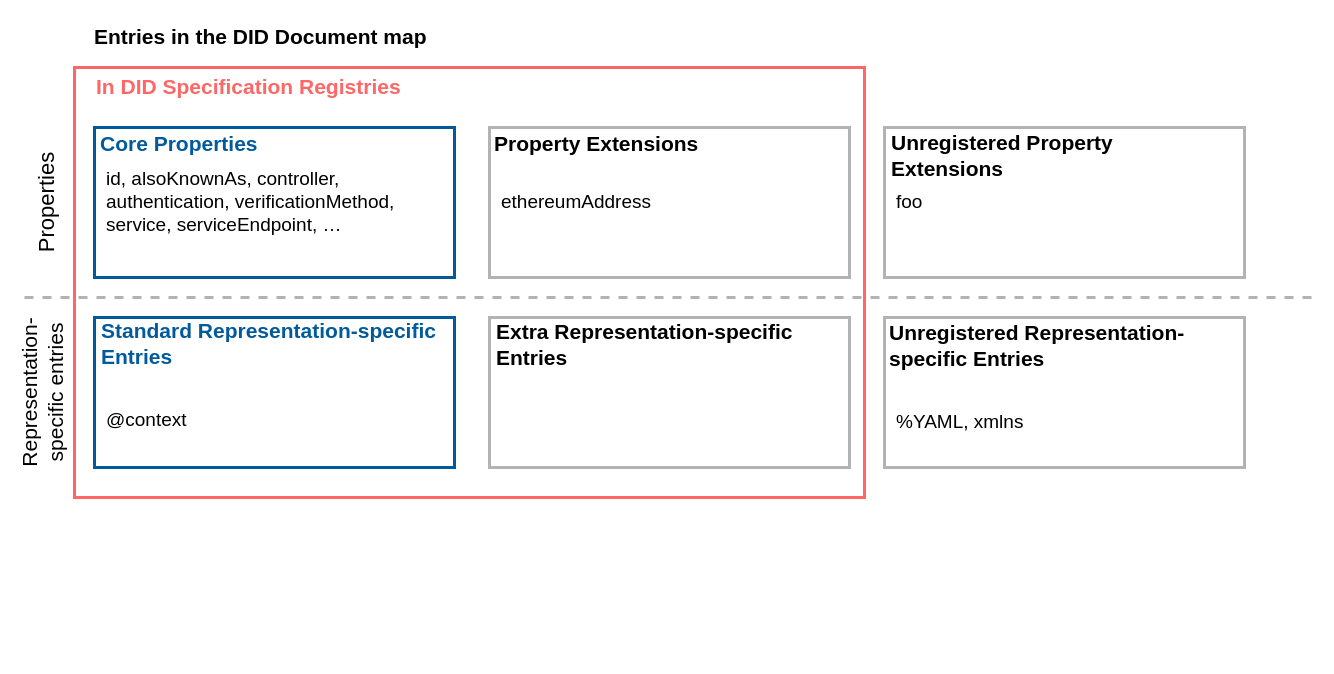
The draw.io diagram diagrams/diagram-did-document-entries.drawio in w3c/did-core, before the edit. Source tidied: cells renumbered, new cells numbered last; positions are measured from the earlier drawing's top-left corner, leaving out a move shared by most shapes. Both pictures are drawn from the tidied source at 100%, with x=0, y=0 at pixel (-43, 17).
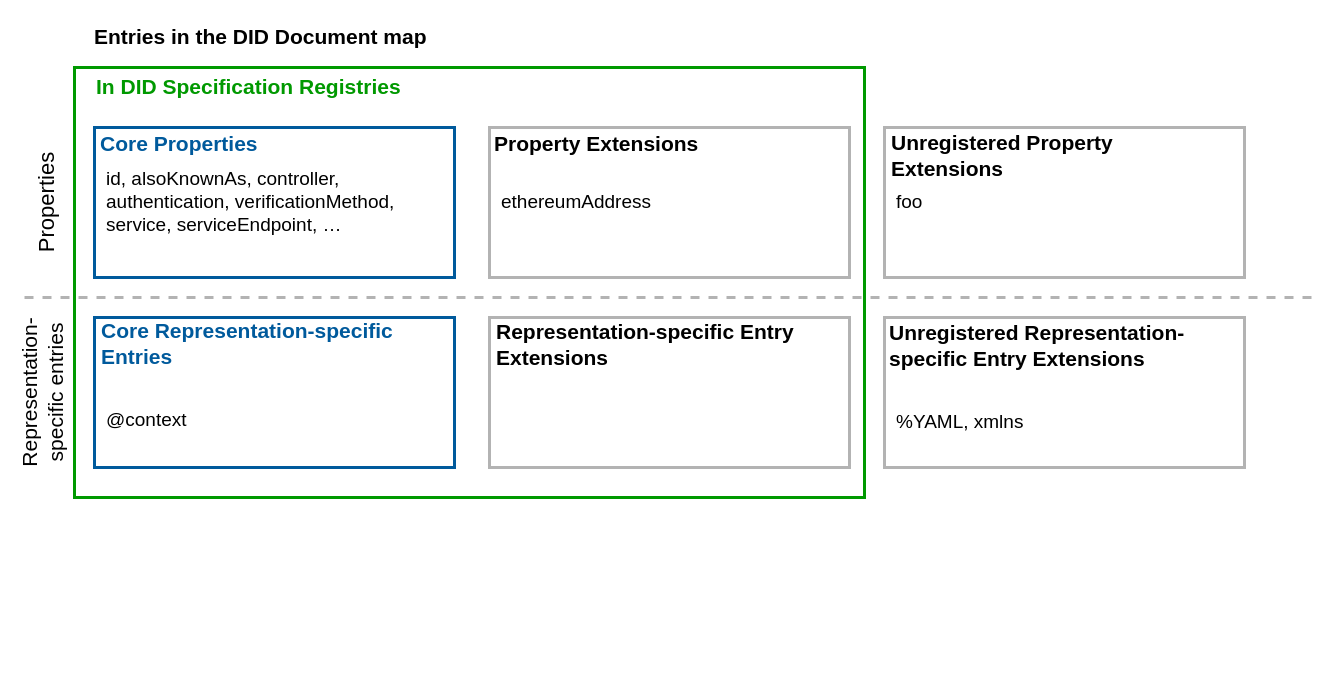
Above is the later version.

Commit message (it also covers changes not shown here):
Updating the diagram with Ted's and Markus' comments

The change refers to these unchanged cells:
```xml
<mxCell id="22" style="group;" parent="1" vertex="1">
  <mxGeometry x="137" y="300" width="360" height="330" as="geometry" />
</mxCell>
<mxCell id="27" style="group;" parent="1" vertex="1">
  <mxGeometry x="532" y="300" width="360" height="150" as="geometry" />
</mxCell>
<mxCell id="31" style="group;" parent="1" vertex="1">
  <mxGeometry x="927" y="310" width="370" height="330" as="geometry" />
</mxCell>
```

Diff of the diagram source:
```diff
@@
-    <mxCell id="2" style="rounded=0;whiteSpace=wrap;html=1;strokeWidth=3;fillColor=none;strokeColor=#FF6666;" parent="1" vertex="1">
+    <mxCell id="2" style="rounded=0;whiteSpace=wrap;html=1;strokeWidth=3;fillColor=none;strokeColor=#009900;" parent="1" vertex="1">
       <mxGeometry x="117" y="50" width="790" height="430" as="geometry" />
     </mxCell>
@@
-    <mxCell id="20" value="&lt;span style=&quot;font-family: &amp;#34;helvetica&amp;#34; ; font-style: normal ; letter-spacing: normal ; text-align: left ; text-indent: 0px ; text-transform: none ; word-spacing: 0px ; display: inline ; float: none&quot;&gt;&lt;b&gt;&lt;font color=&quot;#ff6666&quot; style=&quot;font-size: 21px&quot;&gt;In DID Specification Registries&lt;/font&gt;&lt;/b&gt;&lt;/span&gt;" style="text;whiteSpace=wrap;html=1;" parent="1" vertex="1">
+    <mxCell id="20" value="&lt;span style=&quot;font-family: &amp;#34;helvetica&amp;#34; ; font-style: normal ; letter-spacing: normal ; text-align: left ; text-indent: 0px ; text-transform: none ; word-spacing: 0px ; display: inline ; float: none&quot;&gt;&lt;b&gt;&lt;font style=&quot;font-size: 21px&quot; color=&quot;#009900&quot;&gt;In DID Specification Registries&lt;/font&gt;&lt;/b&gt;&lt;/span&gt;" style="text;whiteSpace=wrap;html=1;" parent="1" vertex="1">
       <mxGeometry x="137" y="50" width="421" height="30" as="geometry" />
     </mxCell>
@@
-    <mxCell id="24" value="&lt;font size=&quot;1&quot; color=&quot;#005a9c&quot;&gt;&lt;b style=&quot;font-size: 21px&quot;&gt;Standard Representation-specific Entries&lt;/b&gt;&lt;/font&gt;" style="text;html=1;strokeColor=none;fillColor=none;align=left;verticalAlign=middle;whiteSpace=wrap;rounded=0;" parent="22" vertex="1">
+    <mxCell id="24" value="&lt;font size=&quot;1&quot; color=&quot;#005a9c&quot;&gt;&lt;b style=&quot;font-size: 21px&quot;&gt;Core Representation-specific Entries&lt;/b&gt;&lt;/font&gt;" style="text;html=1;strokeColor=none;fillColor=none;align=left;verticalAlign=middle;whiteSpace=wrap;rounded=0;" parent="22" vertex="1">
       <mxGeometry x="5" y="16" width="340" height="20" as="geometry" />
     </mxCell>
@@
-    <mxCell id="29" value="&lt;font size=&quot;1&quot;&gt;&lt;b style=&quot;font-size: 21px&quot;&gt;Extra Representation-specific Entries&lt;/b&gt;&lt;/font&gt;" style="text;html=1;strokeColor=none;fillColor=none;align=left;verticalAlign=middle;whiteSpace=wrap;rounded=0;" parent="27" vertex="1">
+    <mxCell id="29" value="&lt;font size=&quot;1&quot;&gt;&lt;b style=&quot;font-size: 21px&quot;&gt;Representation-specific Entry Extensions&lt;/b&gt;&lt;/font&gt;" style="text;html=1;strokeColor=none;fillColor=none;align=left;verticalAlign=middle;whiteSpace=wrap;rounded=0;" parent="27" vertex="1">
       <mxGeometry x="5" y="23" width="338" height="8.9" as="geometry" />
     </mxCell>
@@
-    <mxCell id="33" value="&lt;font size=&quot;1&quot;&gt;&lt;b style=&quot;font-size: 21px&quot;&gt;Unregistered Representation-specific Entries&lt;/b&gt;&lt;/font&gt;" style="text;html=1;strokeColor=none;fillColor=none;align=left;verticalAlign=middle;whiteSpace=wrap;rounded=0;" parent="31" vertex="1">
+    <mxCell id="33" value="&lt;font size=&quot;1&quot;&gt;&lt;b style=&quot;font-size: 21px&quot;&gt;Unregistered Representation-specific Entry Extensions&lt;/b&gt;&lt;/font&gt;" style="text;html=1;strokeColor=none;fillColor=none;align=left;verticalAlign=middle;whiteSpace=wrap;rounded=0;" parent="31" vertex="1">
       <mxGeometry x="3" y="8" width="360" height="20" as="geometry" />
     </mxCell>
```
